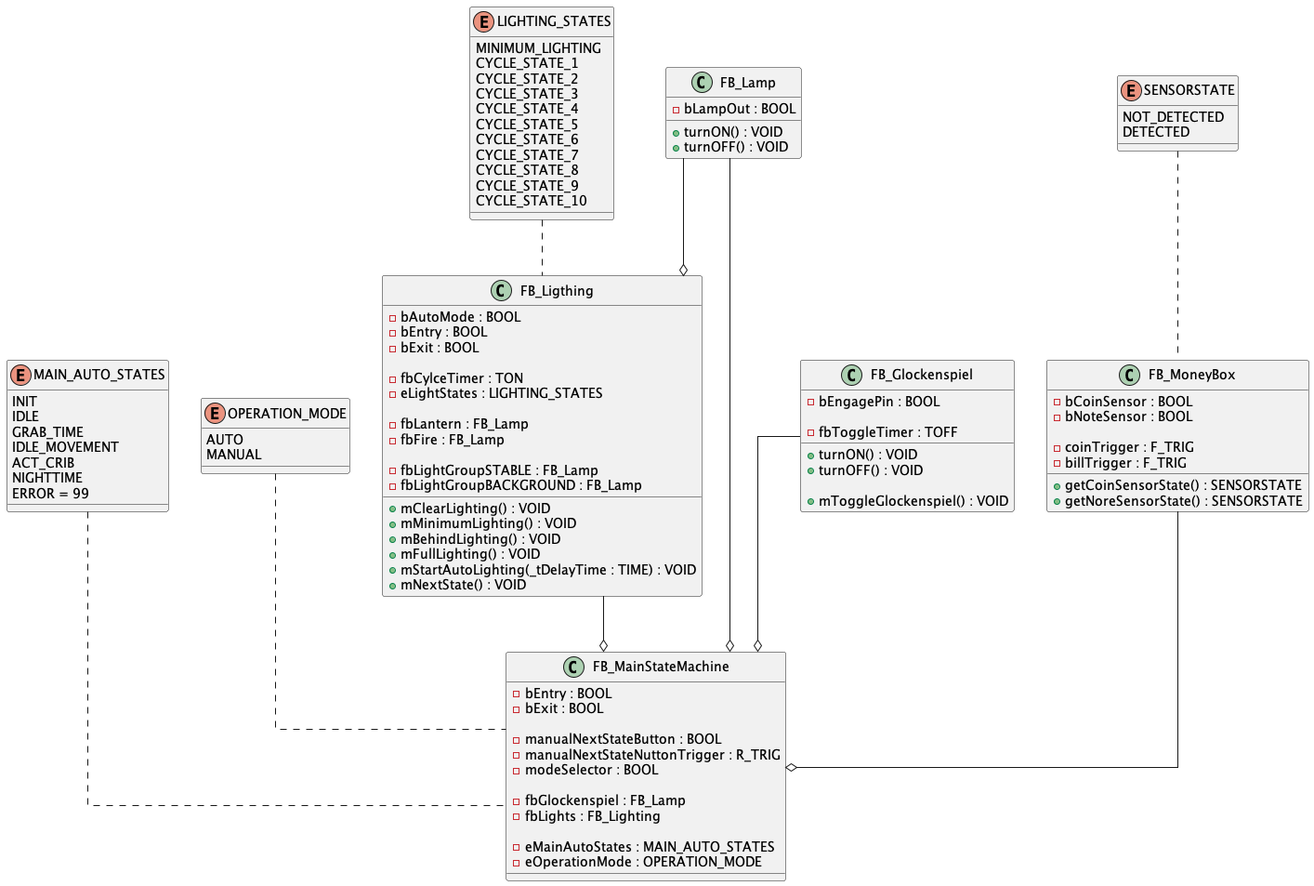
This is out/diagrams/classDiag/classDiag.png from Benemenn/autocrib, a PlantUML export, as it was before one commit.
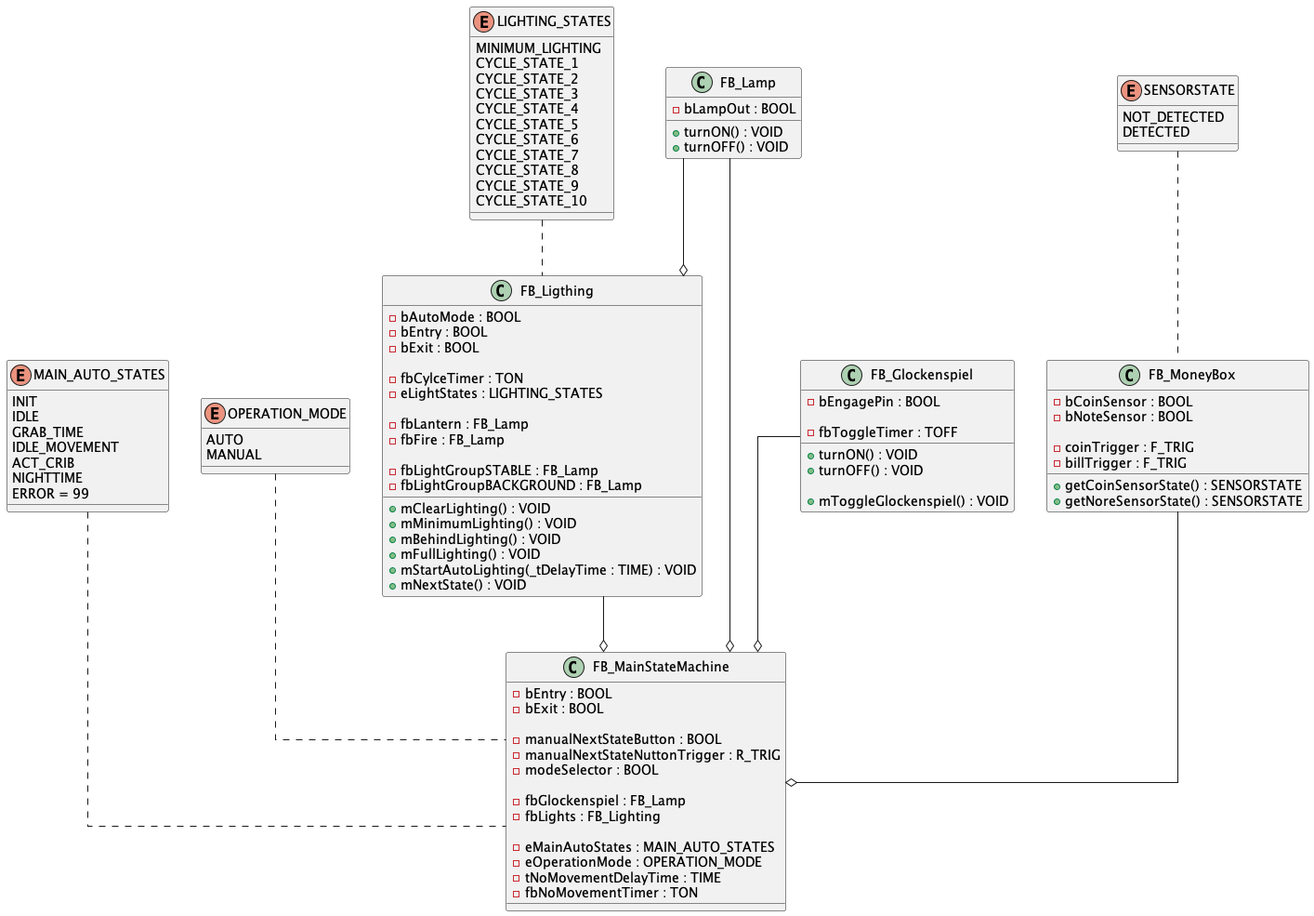
The same diagram one commit later.

Change to the diagram source:
```diff
@@ -32,6 +32,8 @@
 
     -eMainAutoStates : MAIN_AUTO_STATES
     -eOperationMode : OPERATION_MODE
+    -tNoMovementDelayTime : TIME
+    -fbNoMovementTimer : TON
 }
 
 enum LIGHTING_STATES{
```
